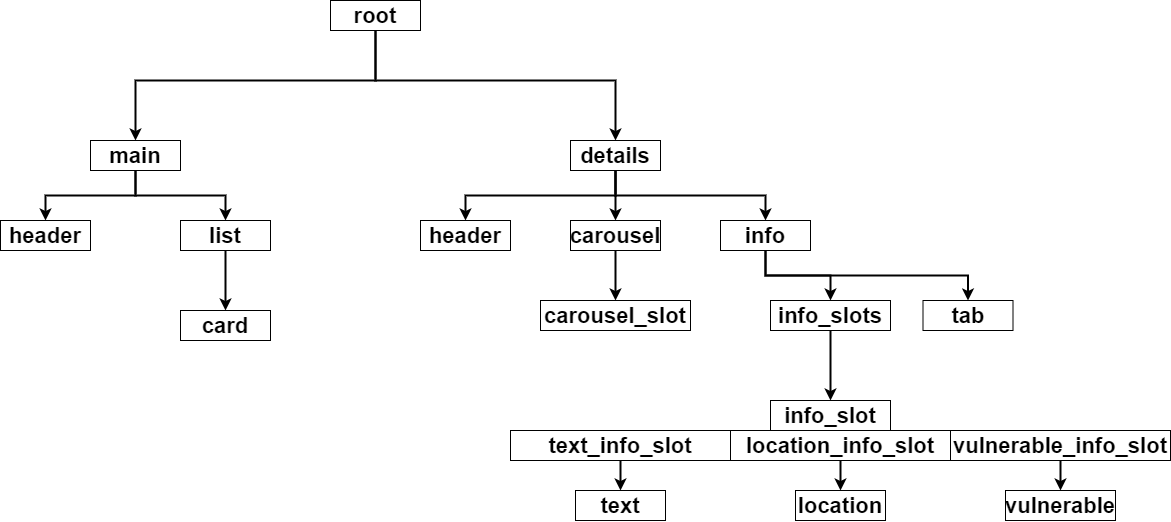
This is images/WitcherBestiarySchema.png from CorvoOrc/Bloc, a draw.io export, as it was before one commit. Source tidied: cells renumbered, new cells last; positions are measured from the earlier drawing's top-left corner, leaving out a move shared by most shapes.
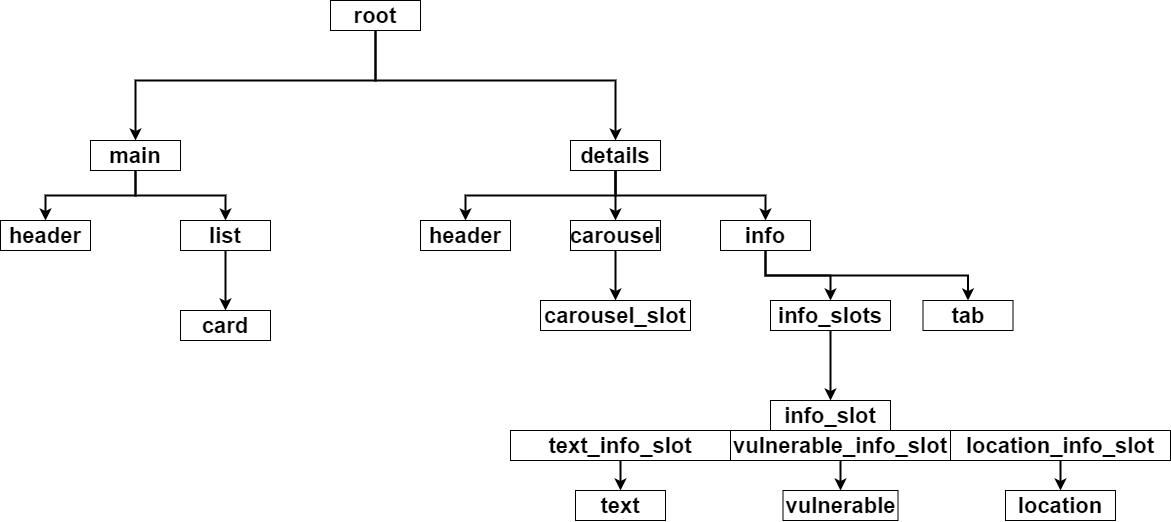
After the commit.

Commit message:
-add: sample(Witcher Bestiary)

Diff of the diagram source:
```diff
@@ -96,22 +96,22 @@
     <mxCell id="29" style="edgeStyle=orthogonalEdgeStyle;rounded=0;jettySize=auto;html=1;exitX=0.5;exitY=1;exitDx=0;exitDy=0;entryX=0.5;entryY=0;entryDx=0;entryDy=0;startArrow=none;startFill=0;endArrow=classic;endFill=1;strokeWidth=2;" parent="1" edge="1" source="30" target="34">
       <mxGeometry relative="1" as="geometry" />
     </mxCell>
-    <mxCell id="30" value="&lt;span style=&quot;font-size: 22px&quot;&gt;&lt;b&gt;location_info_slot&lt;/b&gt;&lt;/span&gt;" style="rounded=0;whiteSpace=wrap;html=1;" parent="1" vertex="1">
+    <mxCell id="30" value="&lt;span style=&quot;font-size: 22px&quot;&gt;&lt;b&gt;vulnerable_info_slot&lt;/b&gt;&lt;/span&gt;" style="rounded=0;whiteSpace=wrap;html=1;" parent="1" vertex="1">
       <mxGeometry x="730" y="430" width="220" height="30" as="geometry" />
     </mxCell>
     <mxCell id="31" style="edgeStyle=orthogonalEdgeStyle;rounded=0;jettySize=auto;html=1;exitX=0.5;exitY=1;exitDx=0;exitDy=0;entryX=0.5;entryY=0;entryDx=0;entryDy=0;startArrow=none;startFill=0;endArrow=classic;endFill=1;strokeWidth=2;" parent="1" edge="1" source="32" target="35">
       <mxGeometry relative="1" as="geometry" />
     </mxCell>
-    <mxCell id="32" value="&lt;span style=&quot;font-size: 22px&quot;&gt;&lt;b&gt;vulnerable_info_slot&lt;/b&gt;&lt;/span&gt;" style="rounded=0;whiteSpace=wrap;html=1;" parent="1" vertex="1">
+    <mxCell id="32" value="&lt;span style=&quot;font-size: 22px&quot;&gt;&lt;b&gt;location_info_slot&lt;/b&gt;&lt;/span&gt;" style="rounded=0;whiteSpace=wrap;html=1;" parent="1" vertex="1">
       <mxGeometry x="950" y="430" width="220" height="30" as="geometry" />
     </mxCell>
     <mxCell id="33" value="&lt;b&gt;&lt;font style=&quot;font-size: 22px&quot;&gt;text&lt;/font&gt;&lt;/b&gt;" style="rounded=0;whiteSpace=wrap;html=1;" parent="1" vertex="1">
       <mxGeometry x="575" y="490" width="90" height="30" as="geometry" />
     </mxCell>
-    <mxCell id="34" value="&lt;b&gt;&lt;font style=&quot;font-size: 22px&quot;&gt;location&lt;/font&gt;&lt;/b&gt;" style="rounded=0;whiteSpace=wrap;html=1;" parent="1" vertex="1">
-      <mxGeometry x="795" y="490" width="90" height="30" as="geometry" />
+    <mxCell id="34" value="&lt;b&gt;&lt;font style=&quot;font-size: 22px&quot;&gt;vulnerable&lt;/font&gt;&lt;/b&gt;" style="rounded=0;whiteSpace=wrap;html=1;" parent="1" vertex="1">
+      <mxGeometry x="782.5" y="490" width="115" height="30" as="geometry" />
     </mxCell>
-    <mxCell id="35" value="&lt;b&gt;&lt;font style=&quot;font-size: 22px&quot;&gt;vulnerable&lt;/font&gt;&lt;/b&gt;" style="rounded=0;whiteSpace=wrap;html=1;" parent="1" vertex="1">
+    <mxCell id="35" value="&lt;b&gt;&lt;font style=&quot;font-size: 22px&quot;&gt;location&lt;/font&gt;&lt;/b&gt;" style="rounded=0;whiteSpace=wrap;html=1;" parent="1" vertex="1">
       <mxGeometry x="1005" y="490" width="110" height="30" as="geometry" />
     </mxCell>
   </root>
```
